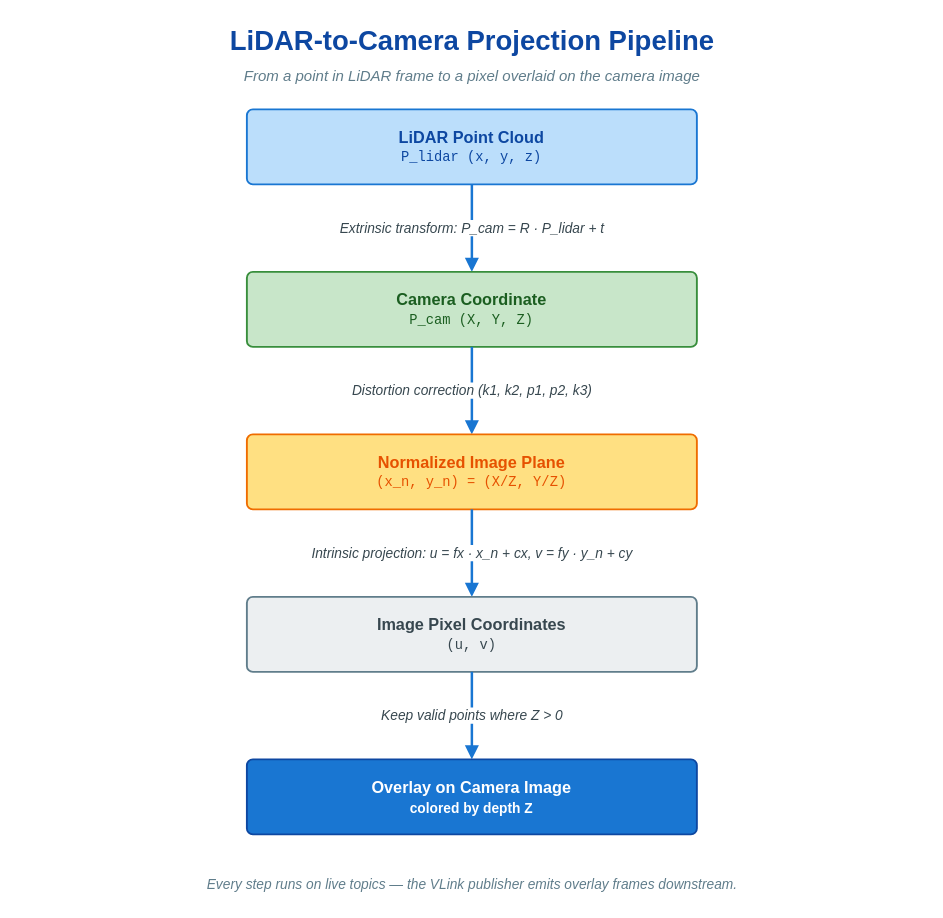
thun-res/vlink keeps this draw.io diagram as doc/images/foreword-projection-flow.drawio. Above is the earlier version. Source tidied: cells renumbered, new cells numbered last; positions are measured from the earlier drawing's top-left corner, leaving out a move shared by most shapes. Both pictures are drawn from the tidied source at 125%, with x=0, y=0 at pixel (21, 21).
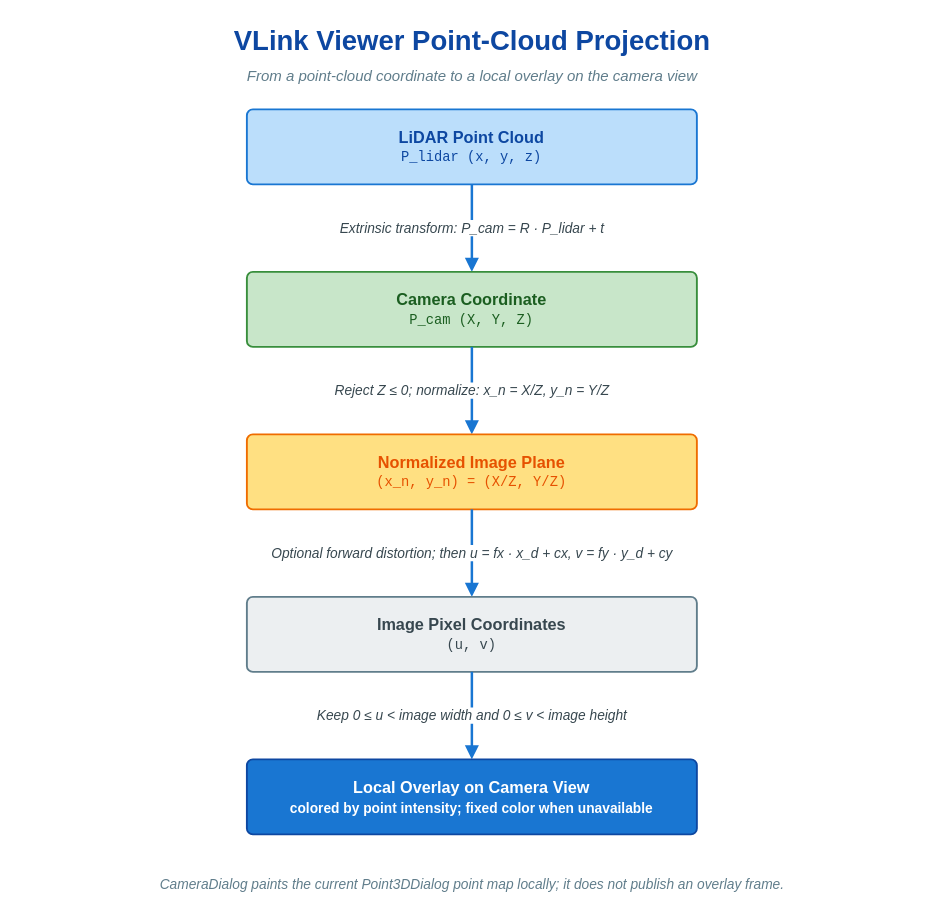
The same page after the edit.

Diff of the diagram source:
```diff
@@
 <mxGraphModel>
   <root>
     <mxCell id="0" />
     <mxCell id="1" parent="0" />
-    <mxCell id="2" value="LiDAR-to-Camera Projection Pipeline" style="text;html=1;align=center;verticalAlign=middle;strokeColor=none;fillColor=none;fontFamily=Helvetica;fontSize=22;fontStyle=1;fontColor=#0d47a1;" parent="1" vertex="1">
+    <mxCell id="2" value="VLink Viewer Point-Cloud Projection" style="text;html=1;align=center;verticalAlign=middle;strokeColor=none;fillColor=none;fontFamily=Helvetica;fontSize=22;fontStyle=1;fontColor=#0d47a1;" parent="1" vertex="1">
       <mxGeometry width="720" height="32" as="geometry" />
     </mxCell>
-    <mxCell id="3" value="From a point in LiDAR frame to a pixel overlaid on the camera image" style="text;html=1;align=center;verticalAlign=middle;strokeColor=none;fillColor=none;fontFamily=Helvetica;fontSize=12;fontStyle=2;fontColor=#607d8b;" parent="1" vertex="1">
+    <mxCell id="3" value="From a point-cloud coordinate to a local overlay on the camera view" style="text;html=1;align=center;verticalAlign=middle;strokeColor=none;fillColor=none;fontFamily=Helvetica;fontSize=12;fontStyle=2;fontColor=#607d8b;" parent="1" vertex="1">
       <mxGeometry y="34" width="720" height="20" as="geometry" />
     </mxCell>
     <mxCell id="4" value="&lt;b&gt;LiDAR Point Cloud&lt;/b&gt;&lt;br/&gt;&lt;span style=&quot;font-family:Courier New;font-size:11px&quot;&gt;P_lidar (x, y, z)&lt;/span&gt;" style="rounded=1;whiteSpace=wrap;html=1;fillColor=#bbdefb;strokeColor=#1976d2;strokeWidth=1.5;fontFamily=Helvetica;fontSize=13;fontColor=#0d47a1;align=center;shadow=0;arcSize=8;" parent="1" vertex="1">
       <mxGeometry x="180" y="70" width="360" height="60" as="geometry" />
     </mxCell>
     <mxCell id="5" value="Extrinsic transform: P_cam = R · P_lidar + t" style="endArrow=block;endFill=1;html=1;strokeWidth=2;strokeColor=#1976d2;fontFamily=Helvetica;fontSize=11;fontStyle=2;fontColor=#37474f;labelBackgroundColor=#ffffff;exitX=0.5;exitY=1;entryX=0.5;entryY=0;" parent="1" edge="1" source="4" target="6">
       <mxGeometry relative="1" as="geometry" />
     </mxCell>
     <mxCell id="6" value="&lt;b&gt;Camera Coordinate&lt;/b&gt;&lt;br/&gt;&lt;span style=&quot;font-family:Courier New;font-size:11px&quot;&gt;P_cam (X, Y, Z)&lt;/span&gt;" style="rounded=1;whiteSpace=wrap;html=1;fillColor=#c8e6c9;strokeColor=#388e3c;strokeWidth=1.5;fontFamily=Helvetica;fontSize=13;fontColor=#1b5e20;align=center;shadow=0;arcSize=8;" parent="1" vertex="1">
       <mxGeometry x="180" y="200" width="360" height="60" as="geometry" />
     </mxCell>
-    <mxCell id="7" value="Distortion correction (k1, k2, p1, p2, k3)" style="endArrow=block;endFill=1;html=1;strokeWidth=2;strokeColor=#1976d2;fontFamily=Helvetica;fontSize=11;fontStyle=2;fontColor=#37474f;labelBackgroundColor=#ffffff;exitX=0.5;exitY=1;entryX=0.5;entryY=0;" parent="1" edge="1" source="6" target="8">
+    <mxCell id="7" value="Reject Z &amp;le; 0; normalize: x_n = X/Z, y_n = Y/Z" style="endArrow=block;endFill=1;html=1;strokeWidth=2;strokeColor=#1976d2;fontFamily=Helvetica;fontSize=11;fontStyle=2;fontColor=#37474f;labelBackgroundColor=#ffffff;exitX=0.5;exitY=1;entryX=0.5;entryY=0;" parent="1" edge="1" source="6" target="8">
       <mxGeometry relative="1" as="geometry" />
     </mxCell>
     <mxCell id="8" value="&lt;b&gt;Normalized Image Plane&lt;/b&gt;&lt;br/&gt;&lt;span style=&quot;font-family:Courier New;font-size:11px&quot;&gt;(x_n, y_n) = (X/Z, Y/Z)&lt;/span&gt;" style="rounded=1;whiteSpace=wrap;html=1;fillColor=#ffe082;strokeColor=#ef6c00;strokeWidth=1.5;fontFamily=Helvetica;fontSize=13;fontColor=#e65100;align=center;shadow=0;arcSize=8;" parent="1" vertex="1">
       <mxGeometry x="180" y="330" width="360" height="60" as="geometry" />
     </mxCell>
-    <mxCell id="9" value="Intrinsic projection: u = fx · x_n + cx,  v = fy · y_n + cy" style="endArrow=block;endFill=1;html=1;strokeWidth=2;strokeColor=#1976d2;fontFamily=Helvetica;fontSize=11;fontStyle=2;fontColor=#37474f;labelBackgroundColor=#ffffff;exitX=0.5;exitY=1;entryX=0.5;entryY=0;" parent="1" edge="1" source="8" target="10">
+    <mxCell id="9" value="Optional forward distortion; then u = fx · x_d + cx, v = fy · y_d + cy" style="endArrow=block;endFill=1;html=1;strokeWidth=2;strokeColor=#1976d2;fontFamily=Helvetica;fontSize=11;fontStyle=2;fontColor=#37474f;labelBackgroundColor=#ffffff;exitX=0.5;exitY=1;entryX=0.5;entryY=0;" parent="1" edge="1" source="8" target="10">
       <mxGeometry relative="1" as="geometry" />
     </mxCell>
     <mxCell id="10" value="&lt;b&gt;Image Pixel Coordinates&lt;/b&gt;&lt;br/&gt;&lt;span style=&quot;font-family:Courier New;font-size:11px&quot;&gt;(u, v)&lt;/span&gt;" style="rounded=1;whiteSpace=wrap;html=1;fillColor=#eceff1;strokeColor=#607d8b;strokeWidth=1.5;fontFamily=Helvetica;fontSize=13;fontColor=#37474f;align=center;shadow=0;arcSize=8;" parent="1" vertex="1">
       <mxGeometry x="180" y="460" width="360" height="60" as="geometry" />
     </mxCell>
-    <mxCell id="11" value="Keep valid points where Z &gt; 0" style="endArrow=block;endFill=1;html=1;strokeWidth=2;strokeColor=#1976d2;fontFamily=Helvetica;fontSize=11;fontStyle=2;fontColor=#37474f;labelBackgroundColor=#ffffff;exitX=0.5;exitY=1;entryX=0.5;entryY=0;" parent="1" edge="1" source="10" target="12">
+    <mxCell id="11" value="Keep 0 &amp;le; u &amp;lt; image width and 0 &amp;le; v &amp;lt; image height" style="endArrow=block;endFill=1;html=1;strokeWidth=2;strokeColor=#1976d2;fontFamily=Helvetica;fontSize=11;fontStyle=2;fontColor=#37474f;labelBackgroundColor=#ffffff;exitX=0.5;exitY=1;entryX=0.5;entryY=0;" parent="1" edge="1" source="10" target="12">
       <mxGeometry relative="1" as="geometry" />
     </mxCell>
-    <mxCell id="12" value="&lt;b&gt;Overlay on Camera Image&lt;/b&gt;&lt;br/&gt;&lt;span style=&quot;font-size:11px&quot;&gt;colored by depth Z&lt;/span&gt;" style="rounded=1;whiteSpace=wrap;html=1;fillColor=#1976d2;strokeColor=#0d47a1;strokeWidth=1.5;fontFamily=Helvetica;fontSize=13;fontColor=#ffffff;fontStyle=1;align=center;shadow=0;arcSize=8;" parent="1" vertex="1">
+    <mxCell id="12" value="&lt;b&gt;Local Overlay on Camera View&lt;/b&gt;&lt;br/&gt;&lt;span style=&quot;font-size:11px&quot;&gt;colored by point intensity; fixed color when unavailable&lt;/span&gt;" style="rounded=1;whiteSpace=wrap;html=1;fillColor=#1976d2;strokeColor=#0d47a1;strokeWidth=1.5;fontFamily=Helvetica;fontSize=13;fontColor=#ffffff;fontStyle=1;align=center;shadow=0;arcSize=8;" parent="1" vertex="1">
       <mxGeometry x="180" y="590" width="360" height="60" as="geometry" />
     </mxCell>
-    <mxCell id="13" value="Every step runs on live topics — the VLink publisher emits overlay frames downstream." style="text;html=1;align=center;verticalAlign=middle;strokeColor=none;fillColor=none;fontFamily=Helvetica;fontSize=11;fontStyle=2;fontColor=#607d8b;" parent="1" vertex="1">
+    <mxCell id="13" value="CameraDialog paints the current Point3DDialog point map locally; it does not publish an overlay frame." style="text;html=1;align=center;verticalAlign=middle;strokeColor=none;fillColor=none;fontFamily=Helvetica;fontSize=11;fontStyle=2;fontColor=#607d8b;" parent="1" vertex="1">
       <mxGeometry y="680" width="720" height="20" as="geometry" />
     </mxCell>
   </root>
 </mxGraphModel>
```
